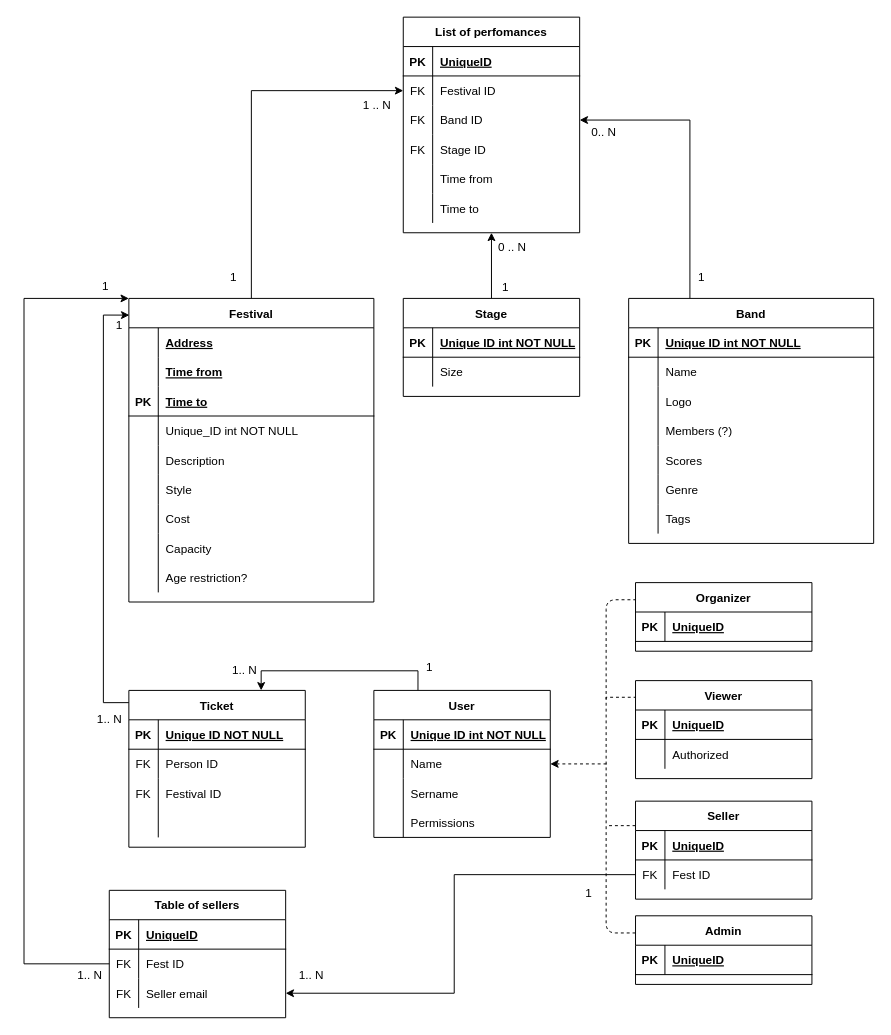
x00Pavel/festival-IS keeps this draw.io diagram as docs/diagrams/festival-is-DB.drawio. Above is the earlier version. Source tidied: cells renumbered, new cells numbered last; positions are measured from the earlier drawing's top-left corner, leaving out a move shared by most shapes. Both pictures are drawn from the tidied source at 98%, with x=0, y=0 at pixel (24, 17).
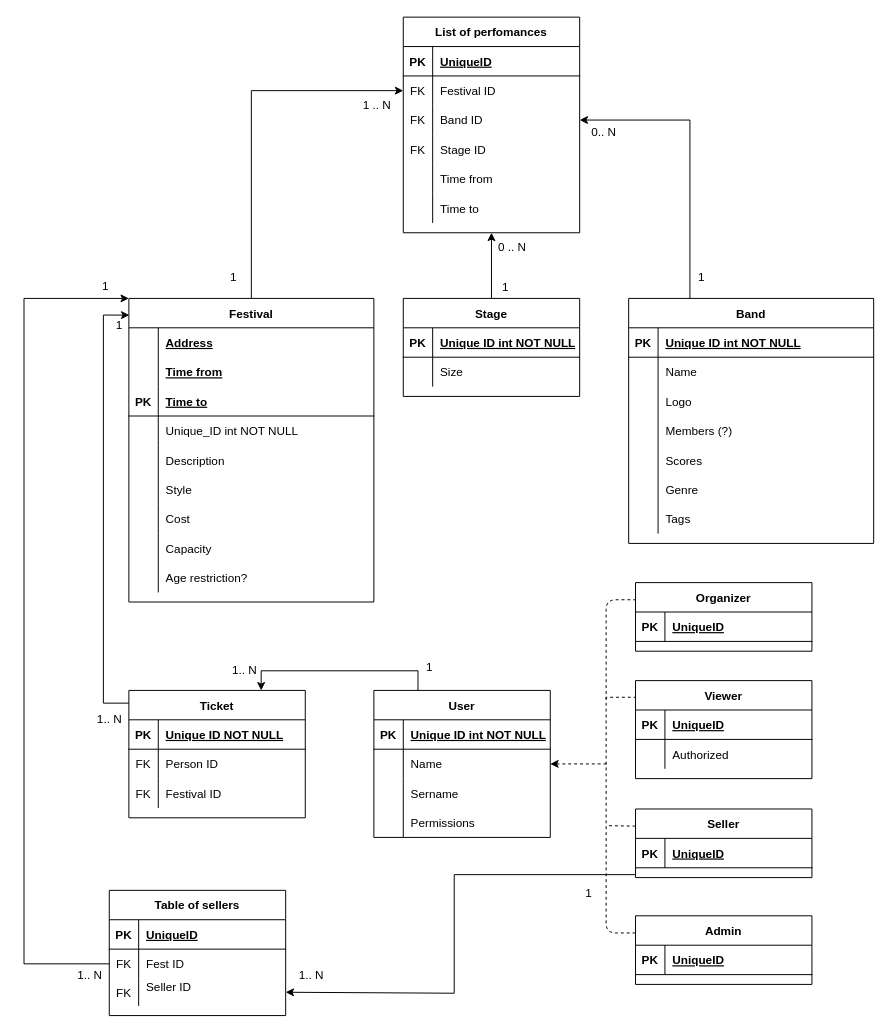
The same page after the edit.

Commit message (it also covers changes not shown here):
Add new tables: Bnad member, Sellers List

Diff of the diagram source:
```diff
@@
     <mxCell id="63" value="Ticket" style="shape=table;startSize=30;childLayout=tableLayout;rowLines=0;fontStyle=1;align=center;" parent="1" vertex="1">
-      <mxGeometry x="107" y="687" width="180" height="160" as="geometry" />
+      <mxGeometry x="107" y="687" width="180" height="130" as="geometry" />
     </mxCell>
@@
-    <mxCell id="73" style="shape=partialRectangle;fillColor=none;top=0;left=0;bottom=0;right=0;" parent="63" vertex="1">
-      <mxGeometry y="120" width="180" height="30" as="geometry" />
-    </mxCell>
-    <mxCell id="74" style="shape=partialRectangle;fillColor=none;top=0;left=0;bottom=0;right=0;overflow=hidden;" parent="73" vertex="1">
-      <mxGeometry width="30" height="30" as="geometry" />
-    </mxCell>
-    <mxCell id="75" style="shape=partialRectangle;fillColor=none;top=0;left=0;bottom=0;right=0;align=left;spacingLeft=6;overflow=hidden;" parent="73" vertex="1">
-      <mxGeometry x="30" width="150" height="30" as="geometry" />
-    </mxCell>
@@
     <mxCell id="121" value="Seller" style="shape=table;startSize=30;childLayout=tableLayout;rowLines=0;fontStyle=1;align=center;" parent="1" vertex="1">
-      <mxGeometry x="624" y="800" width="180" height="100" as="geometry" />
+      <mxGeometry x="624" y="808" width="180" height="70" as="geometry" />
     </mxCell>
@@
-    <mxCell id="125" style="shape=partialRectangle;fillColor=none;top=0;left=0;bottom=0;right=0;points=[[0,0.5],[1,0.5]];portConstraint=eastwest;" parent="121" vertex="1">
-      <mxGeometry y="60" width="180" height="30" as="geometry" />
-    </mxCell>
-    <mxCell id="126" value="FK" style="shape=partialRectangle;fillColor=none;top=0;left=0;bottom=0;right=0;fontStyle=0;overflow=hidden;" parent="125" vertex="1">
-      <mxGeometry width="30" height="30" as="geometry" />
-    </mxCell>
-    <mxCell id="127" value="Fest ID" style="shape=partialRectangle;fillColor=none;top=0;left=0;bottom=0;right=0;align=left;spacingLeft=6;fontStyle=0;overflow=hidden;" parent="125" vertex="1">
-      <mxGeometry x="30" width="150" height="30" as="geometry" />
-    </mxCell>
@@
-    <mxCell id="147" style="edgeStyle=orthogonalEdgeStyle;rounded=0;jettySize=auto;html=1;exitX=0;exitY=0.5;exitDx=0;exitDy=0;entryX=1;entryY=0.5;entryDx=0;entryDy=0;" parent="1" edge="1" source="125" target="155">
+    <mxCell id="147" style="edgeStyle=orthogonalEdgeStyle;rounded=0;jettySize=auto;html=1;exitX=0;exitY=0.5;exitDx=0;exitDy=0;entryX=1;entryY=0.5;entryDx=0;entryDy=0;" parent="1" edge="1" target="155">
       <mxGeometry relative="1" as="geometry">
+        <mxPoint x="624" y="875" as="sourcePoint" />
         <Array as="points">
           <mxPoint x="439" y="875" />
           <mxPoint x="439" y="996" />
         </Array>
       </mxGeometry>
     </mxCell>
     <mxCell id="148" value="Table of sellers" style="shape=table;startSize=30;childLayout=tableLayout;rowLines=0;fontStyle=1;align=center;" parent="1" vertex="1">
-      <mxGeometry x="87" y="891" width="180" height="130" as="geometry" />
+      <mxGeometry x="87" y="891" width="180" height="127.8" as="geometry" />
     </mxCell>
@@
     <mxCell id="155" style="shape=partialRectangle;fillColor=none;top=0;left=0;bottom=0;right=0;points=[[0,0.5],[1,0.5]];portConstraint=eastwest;" parent="148" vertex="1">
-      <mxGeometry y="90" width="180" height="30" as="geometry" />
+      <mxGeometry y="90" width="180" height="28" as="geometry" />
     </mxCell>
     <mxCell id="156" value="FK" style="shape=partialRectangle;fillColor=none;top=0;left=0;bottom=0;right=0;overflow=hidden;" parent="155" vertex="1">
-      <mxGeometry width="30" height="30" as="geometry" />
+      <mxGeometry width="30" height="28" as="geometry" />
     </mxCell>
-    <mxCell id="157" value="Seller email" style="shape=partialRectangle;fillColor=none;top=0;left=0;bottom=0;right=0;align=left;spacingLeft=6;overflow=hidden;" parent="155" vertex="1">
-      <mxGeometry x="30" width="150" height="30" as="geometry" />
+    <mxCell id="157" value="Seller ID&#10;" style="shape=partialRectangle;fillColor=none;top=0;left=0;bottom=0;right=0;align=left;spacingLeft=6;overflow=hidden;" parent="155" vertex="1">
+      <mxGeometry x="30" width="150" height="28" as="geometry" />
     </mxCell>
```
